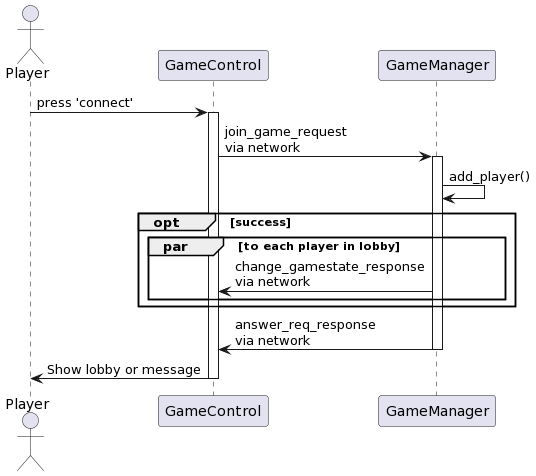
Before: sds/sequence_join_game.png, a diagram exported from PlantUML (luca-commits/blackjack).
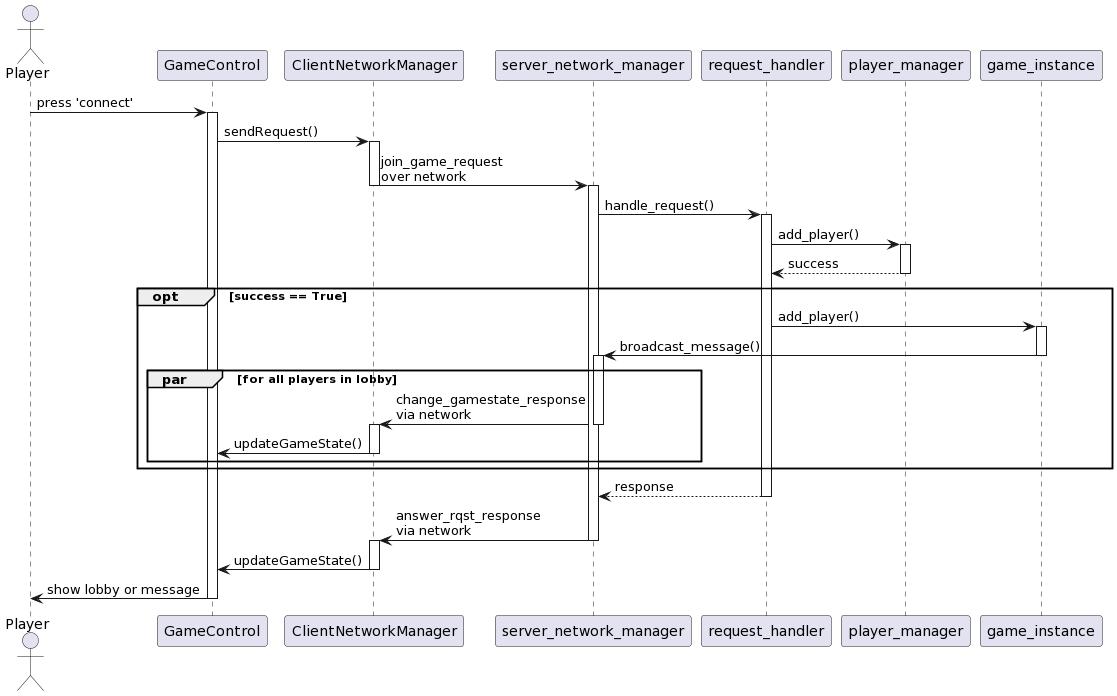
After the change.

Commit message:
More details in join game sequence

Diff of the diagram source:
```diff
@@ -4,19 +4,50 @@
 player -> GameControl: press 'connect'
 activate GameControl
 
-GameControl -> GameManager: join_game_request\nvia network
-activate GameManager
+GameControl -> ClientNetworkManager: sendRequest()
+activate ClientNetworkManager
 
-GameManager -> GameManager: add_player()
-group opt [success]
-  group par [to each player in lobby]
-    GameManager -> GameControl: change_gamestate_response\nvia network
+ClientNetworkManager -> server_network_manager: join_game_request\nover network
+deactivate ClientNetworkManager
+activate server_network_manager
+
+server_network_manager -> request_handler: handle_request()
+activate request_handler
+
+request_handler -> player_manager: add_player()
+activate player_manager
+
+player_manager --> request_handler: success
+deactivate player_manager
+
+group opt [success == True]
+  request_handler -> game_instance: add_player()
+  activate game_instance
+
+  game_instance -> server_network_manager: broadcast_message()
+  deactivate game_instance
+  activate server_network_manager
+
+  group par [for all players in lobby]
+    server_network_manager -> ClientNetworkManager: change_gamestate_response\nvia network
+    deactivate server_network_manager
+    activate ClientNetworkManager
+
+    ClientNetworkManager -> GameControl: updateGameState()
+    deactivate ClientNetworkManager
   end
 end
 
-GameManager -> GameControl: answer_req_response\nvia network
-deactivate GameManager
+request_handler --> server_network_manager: response
+deactivate request_handler
 
-GameControl -> player: Show lobby or message
+server_network_manager -> ClientNetworkManager: answer_rqst_response\nvia network
+deactivate server_network_manager
+activate ClientNetworkManager
+
+ClientNetworkManager -> GameControl: updateGameState()
+deactivate ClientNetworkManager
+
+GameControl -> player: show lobby or message
 deactivate GameControl
 @enduml
```
